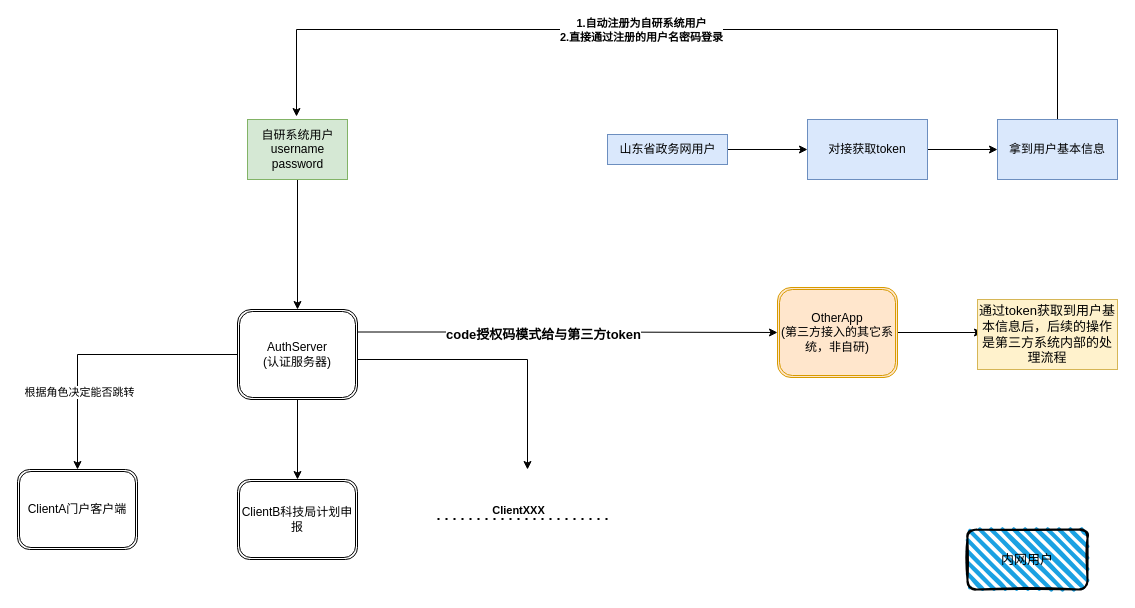
This is 未命名绘图.drawio from liuxiuxue/CS-Notes, a draw.io file, before an edit. Source tidied: cells renumbered, new cells numbered last; positions are measured from the earlier drawing's top-left corner, leaving out a move shared by most shapes. Both pictures are drawn from the tidied source at 100%, with x=0, y=0 at pixel (17, 29).
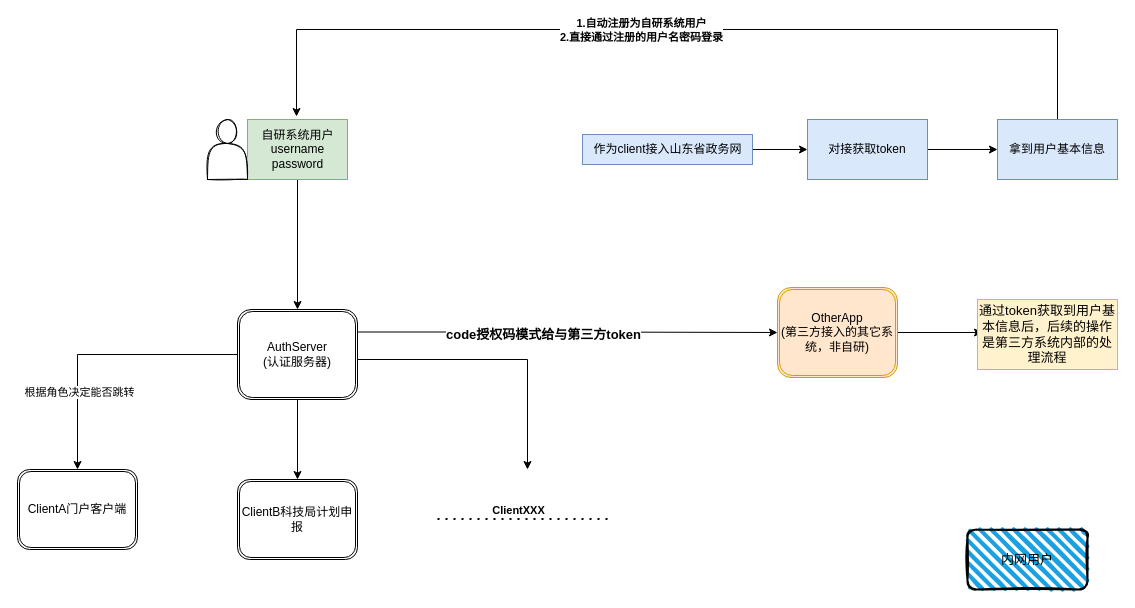
The same page after the edit.

Commit message (it also covers changes not shown here):
更新未命名绘图.drawio

Change to the diagram source:
```diff
@@
-    <mxCell id="16" value="山东省政务网用户" style="text;html=1;align=center;verticalAlign=middle;points=[];strokeColor=#6c8ebf;fillColor=#dae8fc;" parent="1" vertex="1">
-      <mxGeometry x="590" y="105" width="120" height="30" as="geometry" />
+    <mxCell id="16" value="作为client接入山东省政务网" style="text;html=1;align=center;verticalAlign=middle;points=[];strokeColor=#6c8ebf;fillColor=#dae8fc;" parent="1" vertex="1">
+      <mxGeometry x="565" y="105" width="170" height="30" as="geometry" />
     </mxCell>
@@
+    <mxCell id="26" style="shape=actor;whiteSpace=wrap;html=1;shadow=0;sketch=1;fontSize=13;" parent="1" vertex="1">
+      <mxGeometry x="190" y="90" width="40" height="60" as="geometry" />
+    </mxCell>
```
